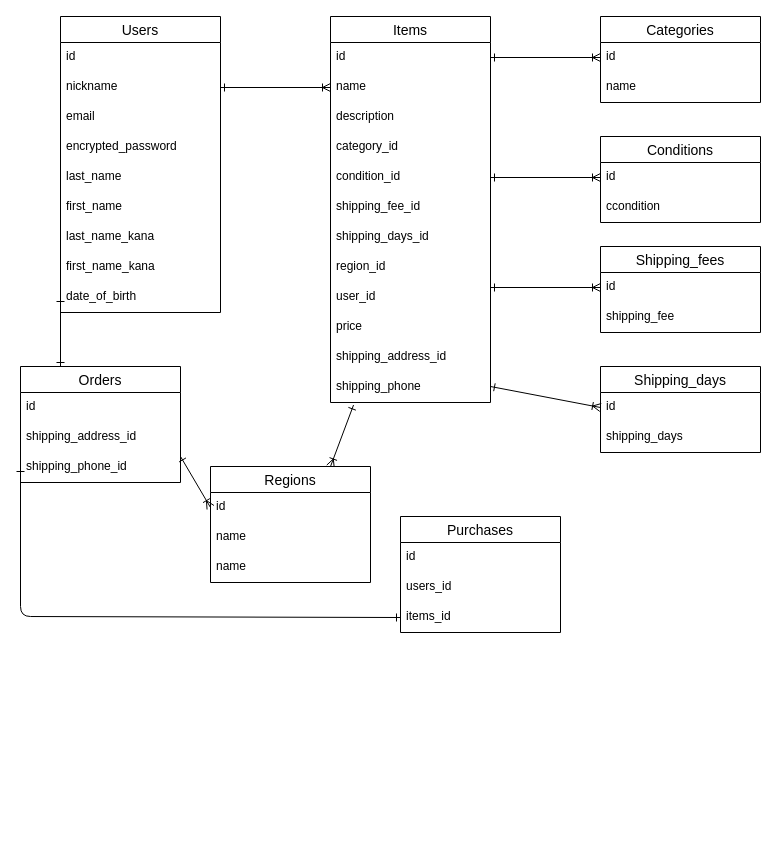
Above: furima-39427.dio in oaahibami/furima-39427 (draw.io), before the change. Source tidied: cells renumbered, new cells numbered last; positions are measured from the earlier drawing's top-left corner, leaving out a move shared by most shapes. Both pictures are drawn from the tidied source at 100%, with x=0, y=0 at pixel (20, 16).
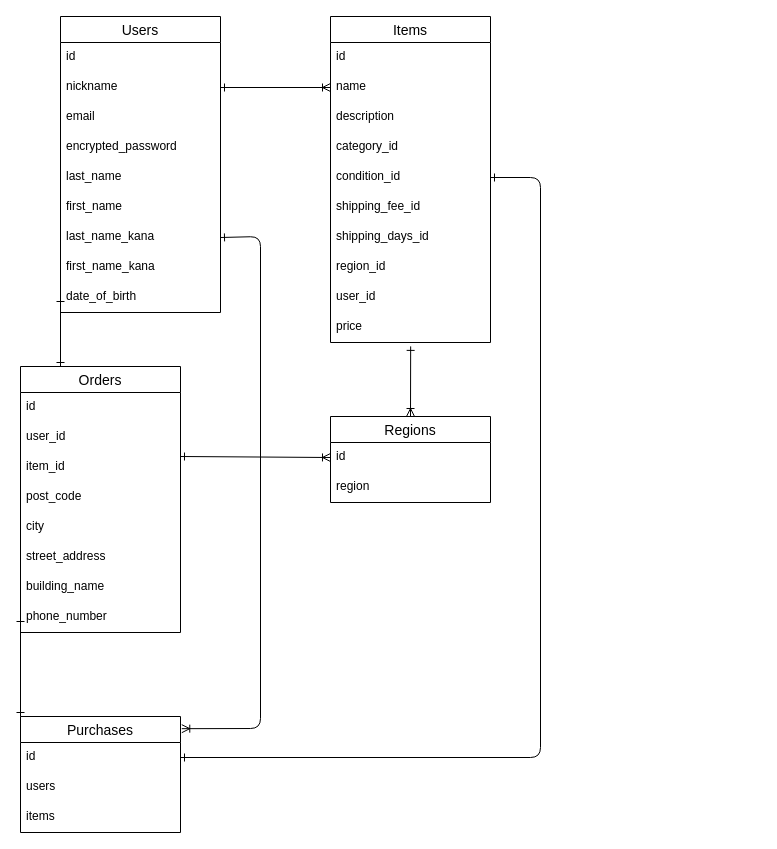
After the change.

Commit message (it also covers changes not shown here):
データベース設計【再々設定】

Unchanged cells that the change refers to:
```xml
<mxCell id="9" value="last_name_kana" style="text;strokeColor=none;fillColor=none;spacingLeft=4;spacingRight=4;overflow=hidden;points=[[0,0.5],[1,0.5]];portConstraint=eastwest;fontSize=12;" parent="2" vertex="1">
  <mxGeometry y="206" width="160" height="30" as="geometry" />
</mxCell>
<mxCell id="13" value="id" style="text;strokeColor=none;fillColor=none;spacingLeft=4;spacingRight=4;overflow=hidden;points=[[0,0.5],[1,0.5]];portConstraint=eastwest;fontSize=12;" parent="12" vertex="1">
  <mxGeometry y="26" width="160" height="30" as="geometry" />
</mxCell>
<mxCell id="17" value="condition_id" style="text;strokeColor=none;fillColor=none;spacingLeft=4;spacingRight=4;overflow=hidden;points=[[0,0.5],[1,0.5]];portConstraint=eastwest;fontSize=12;" parent="12" vertex="1">
  <mxGeometry y="146" width="160" height="30" as="geometry" />
</mxCell>
<mxCell id="22" value="price" style="text;strokeColor=none;fillColor=none;spacingLeft=4;spacingRight=4;overflow=hidden;points=[[0,0.5],[1,0.5]];portConstraint=eastwest;fontSize=12;" parent="12" vertex="1">
  <mxGeometry y="296" width="160" height="30" as="geometry" />
</mxCell>
<mxCell id="34" value="id" style="text;strokeColor=none;fillColor=none;spacingLeft=4;spacingRight=4;overflow=hidden;points=[[0,0.5],[1,0.5]];portConstraint=eastwest;fontSize=12;" parent="33" vertex="1">
  <mxGeometry y="26" width="160" height="30" as="geometry" />
</mxCell>
```

Diff of the diagram source:
```diff
@@
     <mxCell id="12" value="Items" style="swimlane;fontStyle=0;horizontal=1;startSize=26;align=center;fontSize=14;" parent="1" vertex="1">
-      <mxGeometry x="310" width="160" height="386" as="geometry" />
+      <mxGeometry x="310" width="160" height="326" as="geometry" />
     </mxCell>
@@
-    <mxCell id="23" value="shipping_address_id" style="text;strokeColor=none;fillColor=none;spacingLeft=4;spacingRight=4;overflow=hidden;fontSize=12;" parent="12" vertex="1">
-      <mxGeometry y="326" width="160" height="30" as="geometry" />
-    </mxCell>
-    <mxCell id="24" value="shipping_phone" style="text;strokeColor=none;fillColor=none;spacingLeft=4;spacingRight=4;overflow=hidden;points=[[0,0.5],[1,0.5]];portConstraint=eastwest;fontSize=12;" parent="12" vertex="1">
-      <mxGeometry y="356" width="160" height="30" as="geometry" />
-    </mxCell>
-    <mxCell id="25" value="Categories" style="swimlane;fontStyle=0;horizontal=1;startSize=26;align=center;fontSize=14;" parent="1" vertex="1">
-      <mxGeometry x="580" width="160" height="86" as="geometry" />
-    </mxCell>
-    <mxCell id="26" value="id" style="text;strokeColor=none;fillColor=none;spacingLeft=4;spacingRight=4;overflow=hidden;points=[[0,0.5],[1,0.5]];portConstraint=eastwest;fontSize=12;" parent="25" vertex="1">
-      <mxGeometry y="26" width="160" height="30" as="geometry" />
-    </mxCell>
-    <mxCell id="27" value="name" style="text;strokeColor=none;fillColor=none;spacingLeft=4;spacingRight=4;overflow=hidden;fontSize=12;" parent="25" vertex="1">
-      <mxGeometry y="56" width="160" height="30" as="geometry" />
-    </mxCell>
-    <mxCell id="28" style="edgeStyle=none;html=1;exitX=0.75;exitY=0;exitDx=0;exitDy=0;entryX=0.144;entryY=1.084;entryDx=0;entryDy=0;entryPerimeter=0;startArrow=ERoneToMany;startFill=0;endArrow=ERone;endFill=0;" parent="1" edge="1" source="29" target="24">
-      <mxGeometry relative="1" as="geometry" />
-    </mxCell>
+    <mxCell id="58" style="edgeStyle=none;html=1;exitX=0.5;exitY=0;exitDx=0;exitDy=0;entryX=0.501;entryY=1.13;entryDx=0;entryDy=0;entryPerimeter=0;startArrow=ERoneToMany;startFill=0;endArrow=ERone;endFill=0;" parent="1" edge="1" source="29" target="22">
+      <mxGeometry relative="1" as="geometry" />
+    </mxCell>
     <mxCell id="29" value="Regions" style="swimlane;fontStyle=0;horizontal=1;startSize=26;align=center;fontSize=14;" parent="1" vertex="1">
-      <mxGeometry x="190" y="450" width="160" height="116" as="geometry" />
+      <mxGeometry x="310" y="400" width="160" height="86" as="geometry" />
     </mxCell>
@@
-    <mxCell id="31" value="name" style="text;strokeColor=none;fillColor=none;spacingLeft=4;spacingRight=4;overflow=hidden;fontSize=12;" parent="29" vertex="1">
+    <mxCell id="31" value="region" style="text;strokeColor=none;fillColor=none;spacingLeft=4;spacingRight=4;overflow=hidden;fontSize=12;" parent="29" vertex="1">
       <mxGeometry y="56" width="160" height="30" as="geometry" />
     </mxCell>
-    <mxCell id="32" value="name" style="text;strokeColor=none;fillColor=none;spacingLeft=4;spacingRight=4;overflow=hidden;fontSize=12;" parent="29" vertex="1">
-      <mxGeometry y="86" width="160" height="30" as="geometry" />
-    </mxCell>
     <mxCell id="33" value="Purchases" style="swimlane;fontStyle=0;horizontal=1;startSize=26;align=center;fontSize=14;" parent="1" vertex="1">
-      <mxGeometry x="380" y="500" width="160" height="116" as="geometry" />
+      <mxGeometry y="700" width="160" height="116" as="geometry" />
     </mxCell>
@@
-    <mxCell id="35" value="users_id" style="text;strokeColor=none;fillColor=none;spacingLeft=4;spacingRight=4;overflow=hidden;fontSize=12;" parent="33" vertex="1">
+    <mxCell id="35" value="users" style="text;strokeColor=none;fillColor=none;spacingLeft=4;spacingRight=4;overflow=hidden;fontSize=12;" parent="33" vertex="1">
       <mxGeometry y="56" width="160" height="30" as="geometry" />
     </mxCell>
-    <mxCell id="36" value="items_id" style="text;strokeColor=none;fillColor=none;spacingLeft=4;spacingRight=4;overflow=hidden;points=[[0,0.5],[1,0.5]];portConstraint=eastwest;fontSize=12;" parent="33" vertex="1">
+    <mxCell id="36" value="items" style="text;strokeColor=none;fillColor=none;spacingLeft=4;spacingRight=4;overflow=hidden;points=[[0,0.5],[1,0.5]];portConstraint=eastwest;fontSize=12;" parent="33" vertex="1">
       <mxGeometry y="86" width="160" height="30" as="geometry" />
     </mxCell>
     <mxCell id="37" value="Orders" style="swimlane;fontStyle=0;horizontal=1;startSize=26;align=center;fontSize=14;" parent="1" vertex="1">
-      <mxGeometry y="350" width="160" height="116" as="geometry" />
+      <mxGeometry y="350" width="160" height="266" as="geometry" />
     </mxCell>
@@
-    <mxCell id="39" value="shipping_address_id" style="text;strokeColor=none;fillColor=none;spacingLeft=4;spacingRight=4;overflow=hidden;fontSize=12;" parent="37" vertex="1">
+    <mxCell id="39" value="user_id" style="text;strokeColor=none;fillColor=none;spacingLeft=4;spacingRight=4;overflow=hidden;fontSize=12;" parent="37" vertex="1">
       <mxGeometry y="56" width="160" height="30" as="geometry" />
     </mxCell>
-    <mxCell id="40" value="shipping_phone_id" style="text;strokeColor=none;fillColor=none;spacingLeft=4;spacingRight=4;overflow=hidden;points=[[0,0.5],[1,0.5]];portConstraint=eastwest;fontSize=12;" parent="37" vertex="1">
+    <mxCell id="40" value="item_id" style="text;strokeColor=none;fillColor=none;spacingLeft=4;spacingRight=4;overflow=hidden;points=[[0,0.5],[1,0.5]];portConstraint=eastwest;fontSize=12;" parent="37" vertex="1">
       <mxGeometry y="86" width="160" height="30" as="geometry" />
     </mxCell>
-    <mxCell id="41" value="Conditions" style="swimlane;fontStyle=0;horizontal=1;startSize=26;align=center;fontSize=14;" parent="1" vertex="1">
-      <mxGeometry x="580" y="120" width="160" height="86" as="geometry" />
-    </mxCell>
-    <mxCell id="42" value="id" style="text;strokeColor=none;fillColor=none;spacingLeft=4;spacingRight=4;overflow=hidden;points=[[0,0.5],[1,0.5]];portConstraint=eastwest;fontSize=12;" parent="41" vertex="1">
-      <mxGeometry y="26" width="160" height="30" as="geometry" />
-    </mxCell>
-    <mxCell id="43" value="ccondition" style="text;strokeColor=none;fillColor=none;spacingLeft=4;spacingRight=4;overflow=hidden;fontSize=12;" parent="41" vertex="1">
-      <mxGeometry y="56" width="160" height="30" as="geometry" />
-    </mxCell>
-    <mxCell id="44" value="Shipping_fees" style="swimlane;fontStyle=0;horizontal=1;startSize=26;align=center;fontSize=14;" parent="1" vertex="1">
-      <mxGeometry x="580" y="230" width="160" height="86" as="geometry" />
-    </mxCell>
-    <mxCell id="45" value="id" style="text;strokeColor=none;fillColor=none;spacingLeft=4;spacingRight=4;overflow=hidden;points=[[0,0.5],[1,0.5]];portConstraint=eastwest;fontSize=12;" parent="44" vertex="1">
-      <mxGeometry y="26" width="160" height="30" as="geometry" />
-    </mxCell>
-    <mxCell id="46" value="shipping_fee" style="text;strokeColor=none;fillColor=none;spacingLeft=4;spacingRight=4;overflow=hidden;fontSize=12;" parent="44" vertex="1">
-      <mxGeometry y="56" width="160" height="30" as="geometry" />
-    </mxCell>
-    <mxCell id="47" value="Shipping_days" style="swimlane;fontStyle=0;horizontal=1;startSize=26;align=center;fontSize=14;" parent="1" vertex="1">
-      <mxGeometry x="580" y="350" width="160" height="86" as="geometry" />
-    </mxCell>
-    <mxCell id="48" value="id" style="text;strokeColor=none;fillColor=none;spacingLeft=4;spacingRight=4;overflow=hidden;points=[[0,0.5],[1,0.5]];portConstraint=eastwest;fontSize=12;" parent="47" vertex="1">
-      <mxGeometry y="26" width="160" height="30" as="geometry" />
-    </mxCell>
-    <mxCell id="49" value="shipping_days" style="text;strokeColor=none;fillColor=none;spacingLeft=4;spacingRight=4;overflow=hidden;fontSize=12;" parent="47" vertex="1">
-      <mxGeometry y="56" width="160" height="30" as="geometry" />
-    </mxCell>
-    <mxCell id="50" style="edgeStyle=none;html=1;exitX=0;exitY=0.5;exitDx=0;exitDy=0;entryX=1;entryY=0.5;entryDx=0;entryDy=0;startArrow=ERoneToMany;startFill=0;endArrow=ERone;endFill=0;" parent="1" edge="1" source="26" target="13">
-      <mxGeometry relative="1" as="geometry" />
-    </mxCell>
-    <mxCell id="51" style="edgeStyle=none;html=1;exitX=0;exitY=0.5;exitDx=0;exitDy=0;entryX=1;entryY=0.5;entryDx=0;entryDy=0;startArrow=ERoneToMany;startFill=0;endArrow=ERone;endFill=0;" parent="1" edge="1" source="42" target="17">
-      <mxGeometry relative="1" as="geometry" />
-    </mxCell>
-    <mxCell id="52" style="edgeStyle=none;html=1;exitX=0;exitY=0.5;exitDx=0;exitDy=0;startArrow=ERoneToMany;startFill=0;endArrow=ERone;endFill=0;" parent="1" edge="1" source="45">
-      <mxGeometry relative="1" as="geometry">
-        <mxPoint x="470" y="271" as="targetPoint" />
-      </mxGeometry>
-    </mxCell>
-    <mxCell id="53" style="edgeStyle=none;html=1;exitX=0;exitY=0.5;exitDx=0;exitDy=0;startArrow=ERoneToMany;startFill=0;endArrow=ERone;endFill=0;" parent="1" edge="1" source="48">
-      <mxGeometry relative="1" as="geometry">
-        <mxPoint x="470" y="370" as="targetPoint" />
-      </mxGeometry>
-    </mxCell>
-    <mxCell id="54" style="edgeStyle=none;html=1;exitX=0;exitY=0.5;exitDx=0;exitDy=0;entryX=0;entryY=0.5;entryDx=0;entryDy=0;startArrow=ERone;startFill=0;endArrow=ERone;endFill=0;" parent="1" edge="1" source="40" target="36">
-      <mxGeometry relative="1" as="geometry">
-        <Array as="points">
-          <mxPoint y="600" />
-        </Array>
-      </mxGeometry>
-    </mxCell>
+    <mxCell id="59" value="post_code" style="text;strokeColor=none;fillColor=none;spacingLeft=4;spacingRight=4;overflow=hidden;fontSize=12;" parent="37" vertex="1">
+      <mxGeometry y="116" width="160" height="30" as="geometry" />
+    </mxCell>
+    <mxCell id="60" value="city" style="text;strokeColor=none;fillColor=none;spacingLeft=4;spacingRight=4;overflow=hidden;fontSize=12;" parent="37" vertex="1">
+      <mxGeometry y="146" width="160" height="30" as="geometry" />
+    </mxCell>
+    <mxCell id="61" value="street_address" style="text;strokeColor=none;fillColor=none;spacingLeft=4;spacingRight=4;overflow=hidden;fontSize=12;" parent="37" vertex="1">
+      <mxGeometry y="176" width="160" height="30" as="geometry" />
+    </mxCell>
+    <mxCell id="62" value="building_name" style="text;strokeColor=none;fillColor=none;spacingLeft=4;spacingRight=4;overflow=hidden;fontSize=12;" parent="37" vertex="1">
+      <mxGeometry y="206" width="160" height="30" as="geometry" />
+    </mxCell>
+    <mxCell id="63" value="phone_number" style="text;strokeColor=none;fillColor=none;spacingLeft=4;spacingRight=4;overflow=hidden;points=[[0,0.5],[1,0.5]];portConstraint=eastwest;fontSize=12;" parent="37" vertex="1">
+      <mxGeometry y="236" width="160" height="30" as="geometry" />
+    </mxCell>
@@
+    <mxCell id="64" style="edgeStyle=none;html=1;exitX=0;exitY=0.5;exitDx=0;exitDy=0;entryX=0;entryY=0;entryDx=0;entryDy=0;startArrow=ERone;startFill=0;endArrow=ERone;endFill=0;" parent="1" edge="1" source="63" target="33">
+      <mxGeometry relative="1" as="geometry" />
+    </mxCell>
+    <mxCell id="65" style="edgeStyle=none;html=1;exitX=1;exitY=0.5;exitDx=0;exitDy=0;entryX=1;entryY=0.5;entryDx=0;entryDy=0;startArrow=ERone;startFill=0;endArrow=ERone;endFill=0;" parent="1" edge="1" source="17" target="34">
+      <mxGeometry relative="1" as="geometry">
+        <Array as="points">
+          <mxPoint x="520" y="161" />
+          <mxPoint x="520" y="741" />
+        </Array>
+      </mxGeometry>
+    </mxCell>
+    <mxCell id="66" style="edgeStyle=none;html=1;exitX=1;exitY=0.5;exitDx=0;exitDy=0;entryX=1.008;entryY=0.105;entryDx=0;entryDy=0;entryPerimeter=0;startArrow=ERone;startFill=0;endArrow=ERoneToMany;endFill=0;" parent="1" edge="1" source="9" target="33">
+      <mxGeometry relative="1" as="geometry">
+        <Array as="points">
+          <mxPoint x="240" y="220" />
+          <mxPoint x="240" y="712" />
+        </Array>
+      </mxGeometry>
+    </mxCell>
```
